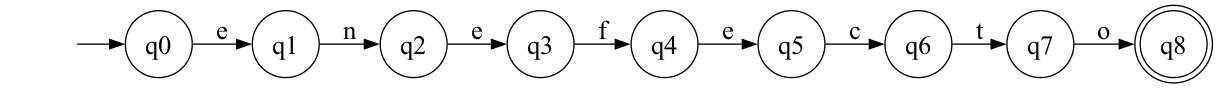
Before: src/automatas/Lógicos/cosoenefecto.gv.png, a diagram exported from Graphviz (resalec2045/AFD-y-AFN). Its source is kept beside it as src/automatas/Lógicos/cosoenefecto.gv. The source it was exported from:
```dot
digraph "automatas/Lógicos/cosoenefecto" {
	graph [rankdir=LR]
	node [fontsize=20]
	edge [fontsize="20pt"]
	"" [label="" shape=plaintext]
	q8 [label=q8 shape=doublecircle]
	q5 [label=q5 shape=circle]
	q0 [label=q0 shape=circle]
	q3 [label=q3 shape=circle]
	q2 [label=q2 shape=circle]
	q1 [label=q1 shape=circle]
	q4 [label=q4 shape=circle]
	q7 [label=q7 shape=circle]
	q6 [label=q6 shape=circle]
	"" -> q0 [label=""]
	q0 -> q1 [label=e]
	q1 -> q2 [label=n]
	q2 -> q3 [label=e]
	q3 -> q4 [label=f]
	q4 -> q5 [label=e]
	q5 -> q6 [label=c]
	q6 -> q7 [label=t]
	q7 -> q8 [label=o]
}
```
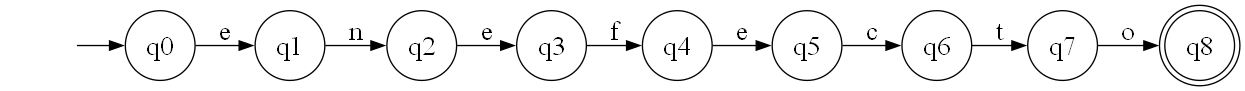
The same diagram one commit later.

What changed in the source:
```diff
@@ -6,11 +6,11 @@
 	q8 [label=q8 shape=doublecircle]
 	q5 [label=q5 shape=circle]
 	q0 [label=q0 shape=circle]
+	q7 [label=q7 shape=circle]
+	q2 [label=q2 shape=circle]
+	q4 [label=q4 shape=circle]
+	q1 [label=q1 shape=circle]
 	q3 [label=q3 shape=circle]
-	q2 [label=q2 shape=circle]
-	q1 [label=q1 shape=circle]
-	q4 [label=q4 shape=circle]
-	q7 [label=q7 shape=circle]
 	q6 [label=q6 shape=circle]
 	"" -> q0 [label=""]
 	q0 -> q1 [label=e]
```
